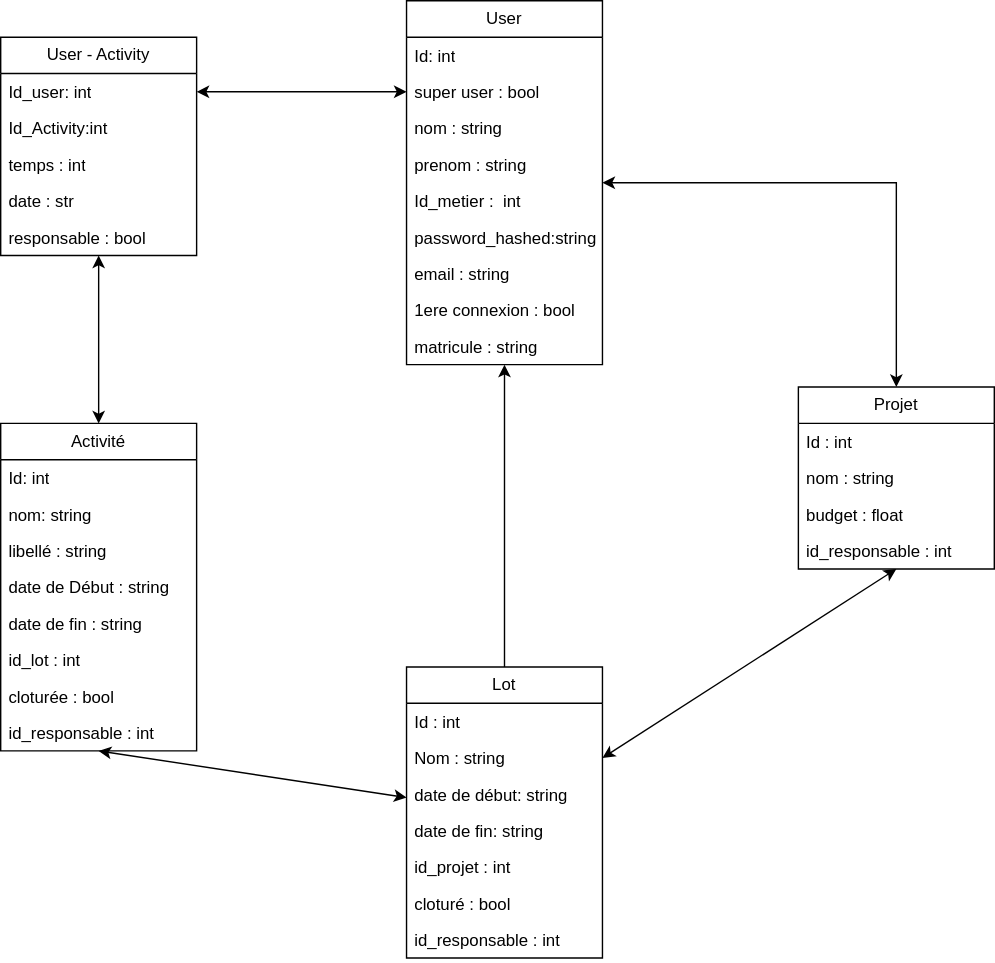
The draw.io diagram BDD/diagramme_BDD.svg in fetohiaras/projet-genilog-is, before a commit. Source tidied: cells renumbered, new cells last; positions are measured from the earlier drawing's top-left corner, leaving out a move shared by most shapes.
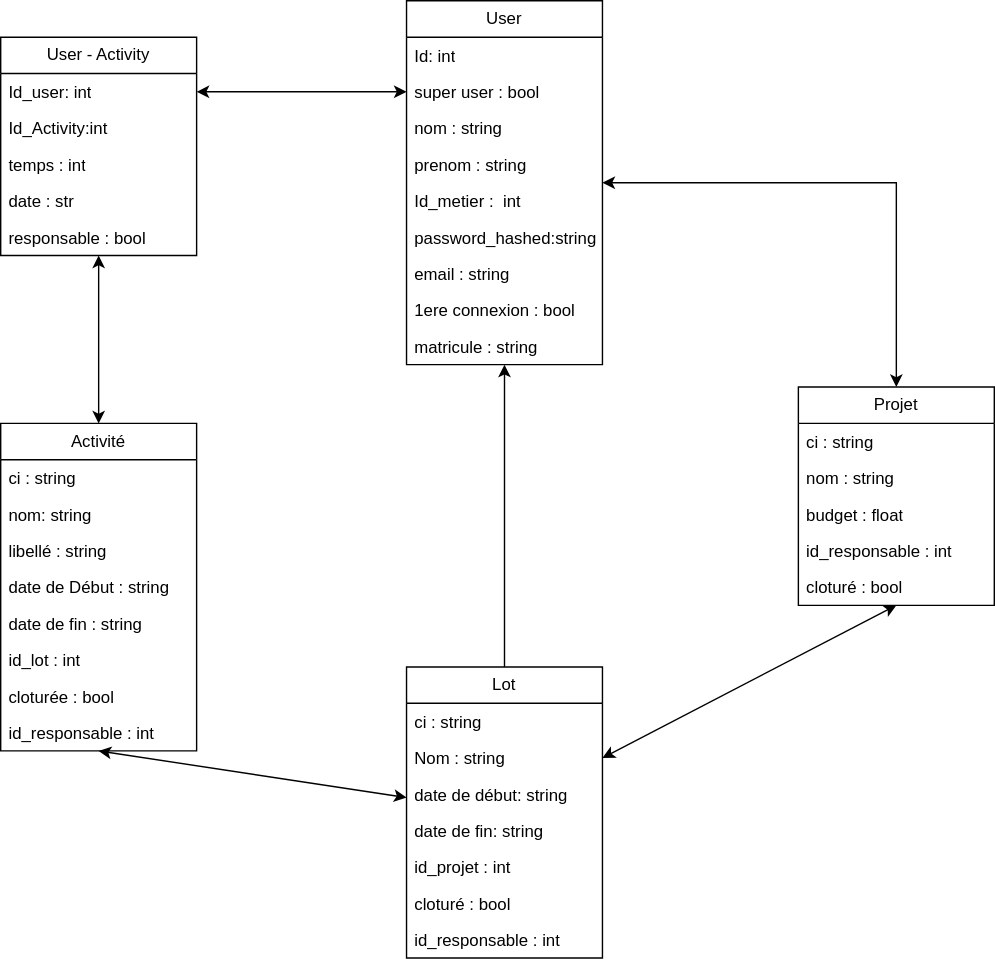
Above is the later version.

Diff of the diagram source:
```diff
@@ -67,7 +67,7 @@
     <mxCell id="21" value="Activité" style="swimlane;fontStyle=0;horizontal=1;startSize=26;fillColor=none;whiteSpace=wrap;html=1;" parent="1" vertex="1">
       <mxGeometry y="302" width="140" height="234" as="geometry" />
     </mxCell>
-    <mxCell id="22" value="Id: int" style="text;strokeColor=none;fillColor=none;align=left;verticalAlign=top;spacingLeft=4;spacingRight=4;overflow=hidden;whiteSpace=wrap;html=1;" parent="21" vertex="1">
+    <mxCell id="22" value="ci : string" style="text;strokeColor=none;fillColor=none;align=left;verticalAlign=top;spacingLeft=4;spacingRight=4;overflow=hidden;whiteSpace=wrap;html=1;" parent="21" vertex="1">
       <mxGeometry y="26" width="140" height="26" as="geometry" />
     </mxCell>
     <mxCell id="23" value="nom: string" style="text;strokeColor=none;fillColor=none;align=left;verticalAlign=top;spacingLeft=4;spacingRight=4;overflow=hidden;whiteSpace=wrap;html=1;" parent="21" vertex="1">
@@ -100,7 +100,7 @@
     <mxCell id="32" value="Lot" style="swimlane;fontStyle=0;horizontal=1;startSize=26;fillColor=none;whiteSpace=wrap;html=1;" parent="1" vertex="1">
       <mxGeometry x="290" y="476" width="140" height="208" as="geometry" />
     </mxCell>
-    <mxCell id="33" value="Id : int" style="text;strokeColor=none;fillColor=none;align=left;verticalAlign=top;spacingLeft=4;spacingRight=4;overflow=hidden;whiteSpace=wrap;html=1;" parent="32" vertex="1">
+    <mxCell id="33" value="ci : string" style="text;strokeColor=none;fillColor=none;align=left;verticalAlign=top;spacingLeft=4;spacingRight=4;overflow=hidden;whiteSpace=wrap;html=1;" parent="32" vertex="1">
       <mxGeometry y="26" width="140" height="26" as="geometry" />
     </mxCell>
     <mxCell id="34" value="Nom : string" style="text;strokeColor=none;fillColor=none;align=left;verticalAlign=top;spacingLeft=4;spacingRight=4;overflow=hidden;points=[[0,0.5],[1,0.5]];portConstraint=eastwest;whiteSpace=wrap;html=1;" parent="32" vertex="1">
@@ -122,9 +122,9 @@
       <mxGeometry y="182" width="140" height="26" as="geometry" />
     </mxCell>
     <mxCell id="40" value="Projet" style="swimlane;fontStyle=0;horizontal=1;startSize=26;fillColor=none;whiteSpace=wrap;html=1;" parent="1" vertex="1">
-      <mxGeometry x="570" y="276" width="140" height="130" as="geometry" />
+      <mxGeometry x="570" y="276" width="140" height="156" as="geometry" />
     </mxCell>
-    <mxCell id="41" value="Id : int" style="text;strokeColor=none;fillColor=none;align=left;verticalAlign=top;spacingLeft=4;spacingRight=4;overflow=hidden;whiteSpace=wrap;html=1;" parent="40" vertex="1">
+    <mxCell id="41" value="ci : string" style="text;strokeColor=none;fillColor=none;align=left;verticalAlign=top;spacingLeft=4;spacingRight=4;overflow=hidden;whiteSpace=wrap;html=1;" parent="40" vertex="1">
       <mxGeometry y="26" width="140" height="26" as="geometry" />
     </mxCell>
     <mxCell id="42" value="nom : string" style="text;strokeColor=none;fillColor=none;align=left;verticalAlign=top;spacingLeft=4;spacingRight=4;overflow=hidden;whiteSpace=wrap;html=1;" parent="40" vertex="1">
@@ -136,6 +136,9 @@
     <mxCell id="44" value="id_responsable : int" style="text;strokeColor=none;fillColor=none;align=left;verticalAlign=top;spacingLeft=4;spacingRight=4;overflow=hidden;whiteSpace=wrap;html=1;" parent="40" vertex="1">
       <mxGeometry y="104" width="140" height="26" as="geometry" />
     </mxCell>
+    <mxCell id="46" value="cloturé : bool" style="text;strokeColor=none;fillColor=none;align=left;verticalAlign=top;spacingLeft=4;spacingRight=4;overflow=hidden;whiteSpace=wrap;html=1;" parent="40" vertex="1">
+      <mxGeometry y="130" width="140" height="26" as="geometry" />
+    </mxCell>
     <mxCell id="45" style="rounded=0;jettySize=auto;html=1;exitX=1;exitY=0.5;exitDx=0;exitDy=0;entryX=0.5;entryY=1;entryDx=0;entryDy=0;startArrow=classic;startFill=1;" parent="1" edge="1" source="34" target="40">
       <mxGeometry relative="1" as="geometry" />
     </mxCell>
```
